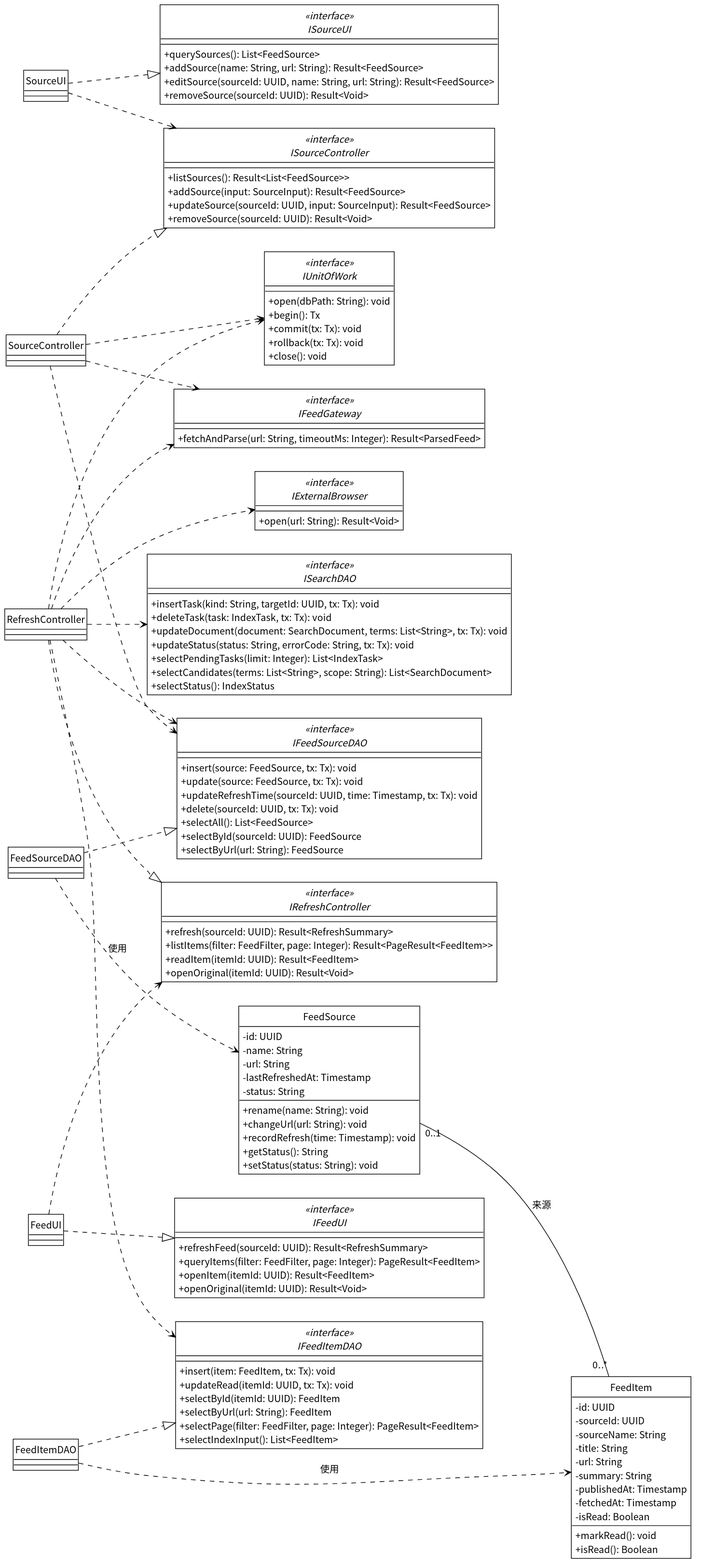
The PlantUML diagram docs/SE_Experiment/design/figures/components-uc02-03.svg in AlanRosston/labloom, before a commit. Its diagram source:
```plantuml
@startuml
!include _style.iuml
left to right direction

interface ISourceUI <<interface>> {
  + querySources(): List<FeedSource>
  + addSource(name: String, url: String): Result<FeedSource>
  + editSource(sourceId: UUID, name: String, url: String): Result<FeedSource>
  + removeSource(sourceId: UUID): Result<Void>
}
interface ISourceController <<interface>> {
  + listSources(): Result<List<FeedSource>>
  + addSource(input: SourceInput): Result<FeedSource>
  + updateSource(sourceId: UUID, input: SourceInput): Result<FeedSource>
  + removeSource(sourceId: UUID): Result<Void>
}
interface IFeedUI <<interface>> {
  + refreshFeed(sourceId: UUID): Result<RefreshSummary>
  + queryItems(filter: FeedFilter, page: Integer): PageResult<FeedItem>
  + openItem(itemId: UUID): Result<FeedItem>
  + openOriginal(itemId: UUID): Result<Void>
}
interface IRefreshController <<interface>> {
  + refresh(sourceId: UUID): Result<RefreshSummary>
  + listItems(filter: FeedFilter, page: Integer): Result<PageResult<FeedItem>>
  + readItem(itemId: UUID): Result<FeedItem>
  + openOriginal(itemId: UUID): Result<Void>
}
interface IFeedGateway <<interface>> {
  + fetchAndParse(url: String, timeoutMs: Integer): Result<ParsedFeed>
}
interface IUnitOfWork <<interface>> {
  + open(dbPath: String): void
  + begin(): Tx
  + commit(tx: Tx): void
  + rollback(tx: Tx): void
  + close(): void
}
interface IFeedSourceDAO <<interface>> {
  + insert(source: FeedSource, tx: Tx): void
  + update(source: FeedSource, tx: Tx): void
  + updateRefreshTime(sourceId: UUID, time: Timestamp, tx: Tx): void
  + delete(sourceId: UUID, tx: Tx): void
  + selectAll(): List<FeedSource>
  + selectById(sourceId: UUID): FeedSource
  + selectByUrl(url: String): FeedSource
}
interface IExternalBrowser <<interface>> {
  + open(url: String): Result<Void>
}
interface IFeedItemDAO <<interface>> {
  + insert(item: FeedItem, tx: Tx): void
  + updateRead(itemId: UUID, tx: Tx): void
  + selectById(itemId: UUID): FeedItem
  + selectByUrl(url: String): FeedItem
  + selectPage(filter: FeedFilter, page: Integer): PageResult<FeedItem>
  + selectIndexInput(): List<FeedItem>
}
interface ISearchDAO <<interface>> {
  + insertTask(kind: String, targetId: UUID, tx: Tx): void
  + deleteTask(task: IndexTask, tx: Tx): void
  + updateDocument(document: SearchDocument, terms: List<String>, tx: Tx): void
  + updateStatus(status: String, errorCode: String, tx: Tx): void
  + selectPendingTasks(limit: Integer): List<IndexTask>
  + selectCandidates(terms: List<String>, scope: String): List<SearchDocument>
  + selectStatus(): IndexStatus
}
class SourceUI
class FeedUI
class SourceController
class RefreshController
class FeedSourceDAO
class FeedItemDAO
class FeedSource {
  - id: UUID
  - name: String
  - url: String
  - lastRefreshedAt: Timestamp
  - status: String
  + rename(name: String): void
  + changeUrl(url: String): void
  + recordRefresh(time: Timestamp): void
  + getStatus(): String
  + setStatus(status: String): void
}
class FeedItem {
  - id: UUID
  - sourceId: UUID
  - sourceName: String
  - title: String
  - url: String
  - summary: String
  - publishedAt: Timestamp
  - fetchedAt: Timestamp
  - isRead: Boolean
  + markRead(): void
  + isRead(): Boolean
}

SourceUI ..|> ISourceUI
FeedUI ..|> IFeedUI
SourceController ..|> ISourceController
RefreshController ..|> IRefreshController
FeedSourceDAO ..|> IFeedSourceDAO
FeedItemDAO ..|> IFeedItemDAO

SourceUI ..> ISourceController
FeedUI ..> IRefreshController
SourceController ..> IFeedGateway
SourceController ..> IUnitOfWork
SourceController ..> IFeedSourceDAO
RefreshController ..> IFeedGateway
RefreshController ..> IExternalBrowser
RefreshController ..> IUnitOfWork
RefreshController ..> IFeedSourceDAO
RefreshController ..> IFeedItemDAO
RefreshController ..> ISearchDAO

FeedSourceDAO ..> FeedSource : 使用
FeedItemDAO ..> FeedItem : 使用

FeedSource "0..1" -- "0..*" FeedItem : 来源
@enduml
```
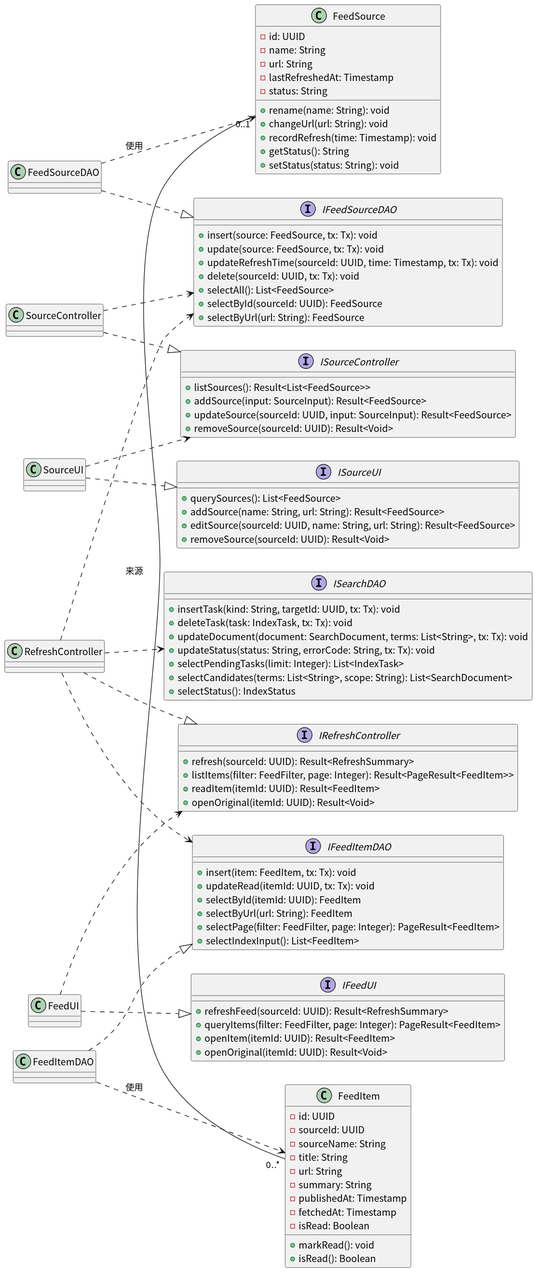
After the commit.

Diff of the diagram source:
```diff
@@ -1,42 +1,32 @@
 @startuml
-!include _style.iuml
+!include _style_sample.iuml
 left to right direction
 
-interface ISourceUI <<interface>> {
+interface ISourceUI {
   + querySources(): List<FeedSource>
   + addSource(name: String, url: String): Result<FeedSource>
   + editSource(sourceId: UUID, name: String, url: String): Result<FeedSource>
   + removeSource(sourceId: UUID): Result<Void>
 }
-interface ISourceController <<interface>> {
+interface ISourceController {
   + listSources(): Result<List<FeedSource>>
   + addSource(input: SourceInput): Result<FeedSource>
   + updateSource(sourceId: UUID, input: SourceInput): Result<FeedSource>
   + removeSource(sourceId: UUID): Result<Void>
 }
-interface IFeedUI <<interface>> {
+interface IFeedUI {
   + refreshFeed(sourceId: UUID): Result<RefreshSummary>
   + queryItems(filter: FeedFilter, page: Integer): PageResult<FeedItem>
   + openItem(itemId: UUID): Result<FeedItem>
   + openOriginal(itemId: UUID): Result<Void>
 }
-interface IRefreshController <<interface>> {
+interface IRefreshController {
   + refresh(sourceId: UUID): Result<RefreshSummary>
   + listItems(filter: FeedFilter, page: Integer): Result<PageResult<FeedItem>>
   + readItem(itemId: UUID): Result<FeedItem>
   + openOriginal(itemId: UUID): Result<Void>
 }
-interface IFeedGateway <<interface>> {
-  + fetchAndParse(url: String, timeoutMs: Integer): Result<ParsedFeed>
-}
-interface IUnitOfWork <<interface>> {
-  + open(dbPath: String): void
-  + begin(): Tx
-  + commit(tx: Tx): void
-  + rollback(tx: Tx): void
-  + close(): void
-}
-interface IFeedSourceDAO <<interface>> {
+interface IFeedSourceDAO {
   + insert(source: FeedSource, tx: Tx): void
   + update(source: FeedSource, tx: Tx): void
   + updateRefreshTime(sourceId: UUID, time: Timestamp, tx: Tx): void
@@ -45,10 +35,7 @@
   + selectById(sourceId: UUID): FeedSource
   + selectByUrl(url: String): FeedSource
 }
-interface IExternalBrowser <<interface>> {
-  + open(url: String): Result<Void>
-}
-interface IFeedItemDAO <<interface>> {
+interface IFeedItemDAO {
   + insert(item: FeedItem, tx: Tx): void
   + updateRead(itemId: UUID, tx: Tx): void
   + selectById(itemId: UUID): FeedItem
@@ -56,7 +43,7 @@
   + selectPage(filter: FeedFilter, page: Integer): PageResult<FeedItem>
   + selectIndexInput(): List<FeedItem>
 }
-interface ISearchDAO <<interface>> {
+interface ISearchDAO {
   + insertTask(kind: String, targetId: UUID, tx: Tx): void
   + deleteTask(task: IndexTask, tx: Tx): void
   + updateDocument(document: SearchDocument, terms: List<String>, tx: Tx): void
@@ -106,12 +93,7 @@
 
 SourceUI ..> ISourceController
 FeedUI ..> IRefreshController
-SourceController ..> IFeedGateway
-SourceController ..> IUnitOfWork
 SourceController ..> IFeedSourceDAO
-RefreshController ..> IFeedGateway
-RefreshController ..> IExternalBrowser
-RefreshController ..> IUnitOfWork
 RefreshController ..> IFeedSourceDAO
 RefreshController ..> IFeedItemDAO
 RefreshController ..> ISearchDAO
@@ -119,5 +101,5 @@
 FeedSourceDAO ..> FeedSource : 使用
 FeedItemDAO ..> FeedItem : 使用
 
-FeedSource "0..1" -- "0..*" FeedItem : 来源
+FeedSource "0..1" - "0..*" FeedItem : 来源
 @enduml
```
